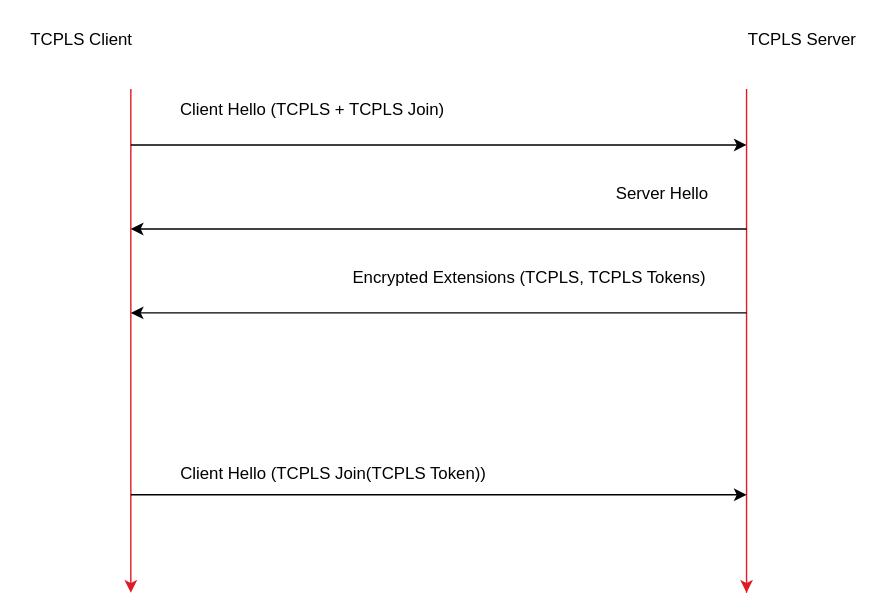
The draw.io diagram tcpls_hs.svg in helkoulak/gemini, before a commit. Source tidied: cells renumbered, new cells last; positions are measured from the earlier drawing's top-left corner, leaving out a move shared by most shapes. Its diagram source:
```xml
<mxGraphModel>
  <root>
    <mxCell id="0" />
    <mxCell id="1" parent="0" />
    <mxCell id="2" style="endArrow=classic;html=1;rounded=0;strokeColor=#e01b24;" parent="1" edge="1">
      <mxGeometry relative="1" as="geometry">
        <mxPoint x="90" y="60" as="sourcePoint" />
        <mxPoint x="90" y="420" as="targetPoint" />
      </mxGeometry>
    </mxCell>
    <mxCell id="3" style="endArrow=classic;html=1;rounded=0;strokeColor=#e01b24;" parent="1" edge="1">
      <mxGeometry relative="1" as="geometry">
        <mxPoint x="530" y="420" as="sourcePoint" />
        <mxPoint x="530" y="420" as="targetPoint" />
        <Array as="points">
          <mxPoint x="530" y="60" />
        </Array>
      </mxGeometry>
    </mxCell>
    <mxCell id="4" value="TCPLS Client" style="text;html=1;align=center;verticalAlign=middle;whiteSpace=wrap;rounded=0;" parent="1" vertex="1">
      <mxGeometry width="110" height="50" as="geometry" />
    </mxCell>
    <mxCell id="5" value="TCPLS Server" style="text;html=1;align=center;verticalAlign=middle;whiteSpace=wrap;rounded=0;" parent="1" vertex="1">
      <mxGeometry x="520" y="10" width="100" height="30" as="geometry" />
    </mxCell>
    <mxCell id="6" style="endArrow=classic;html=1;rounded=0;" parent="1" edge="1">
      <mxGeometry relative="1" as="geometry">
        <mxPoint x="90" y="100" as="sourcePoint" />
        <mxPoint x="530" y="100" as="targetPoint" />
        <Array as="points">
          <mxPoint x="170" y="100" />
        </Array>
      </mxGeometry>
    </mxCell>
    <mxCell id="7" value="Client Hello (TCPLS + TCPLS Join)" style="text;html=1;align=center;verticalAlign=middle;whiteSpace=wrap;rounded=0;" parent="1" vertex="1">
      <mxGeometry x="90" y="60" width="260" height="30" as="geometry" />
    </mxCell>
    <mxCell id="8" style="endArrow=classic;html=1;rounded=0;" parent="1" edge="1">
      <mxGeometry relative="1" as="geometry">
        <mxPoint x="530" y="220" as="sourcePoint" />
        <mxPoint x="90" y="220" as="targetPoint" />
      </mxGeometry>
    </mxCell>
    <mxCell id="9" value="Encrypted Extensions (TCPLS, TCPLS Tokens)" style="text;html=1;align=center;verticalAlign=middle;whiteSpace=wrap;rounded=0;" parent="1" vertex="1">
      <mxGeometry x="200" y="180" width="350" height="30" as="geometry" />
    </mxCell>
    <mxCell id="10" style="endArrow=classic;html=1;rounded=0;" parent="1" edge="1">
      <mxGeometry relative="1" as="geometry">
        <mxPoint x="530" y="160" as="sourcePoint" />
        <mxPoint x="90" y="160" as="targetPoint" />
        <Array as="points">
          <mxPoint x="330" y="160" />
        </Array>
      </mxGeometry>
    </mxCell>
    <mxCell id="11" value="Server Hello" style="text;html=1;align=center;verticalAlign=middle;whiteSpace=wrap;rounded=0;" parent="1" vertex="1">
      <mxGeometry x="395" y="120" width="150" height="30" as="geometry" />
    </mxCell>
    <mxCell id="12" style="endArrow=classic;html=1;rounded=0;" parent="1" edge="1">
      <mxGeometry relative="1" as="geometry">
        <mxPoint x="90" y="350" as="sourcePoint" />
        <mxPoint x="530" y="350" as="targetPoint" />
        <Array as="points">
          <mxPoint x="290" y="350" />
        </Array>
      </mxGeometry>
    </mxCell>
    <mxCell id="13" value="Client Hello (TCPLS Join(TCPLS Token))" style="text;html=1;align=center;verticalAlign=middle;whiteSpace=wrap;rounded=0;" parent="1" vertex="1">
      <mxGeometry x="100" y="320" width="270" height="30" as="geometry" />
    </mxCell>
  </root>
</mxGraphModel>
```
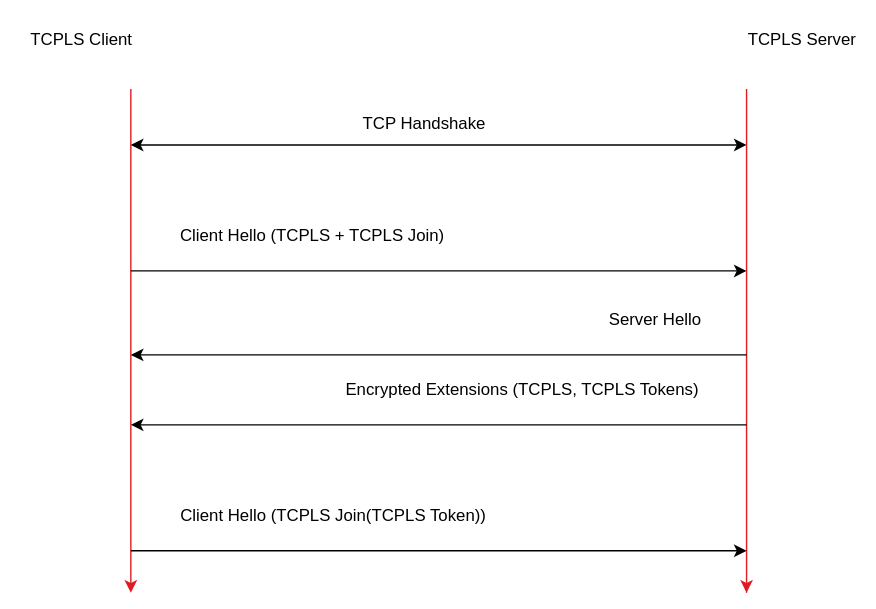
After the commit.

Diff of the diagram source:
```diff
@@ -25,48 +25,60 @@
     </mxCell>
     <mxCell id="6" style="endArrow=classic;html=1;rounded=0;" parent="1" edge="1">
       <mxGeometry relative="1" as="geometry">
-        <mxPoint x="90" y="100" as="sourcePoint" />
-        <mxPoint x="530" y="100" as="targetPoint" />
+        <mxPoint x="90" y="190" as="sourcePoint" />
+        <mxPoint x="530" y="190" as="targetPoint" />
         <Array as="points">
-          <mxPoint x="170" y="100" />
+          <mxPoint x="170" y="190" />
         </Array>
       </mxGeometry>
     </mxCell>
     <mxCell id="7" value="Client Hello (TCPLS + TCPLS Join)" style="text;html=1;align=center;verticalAlign=middle;whiteSpace=wrap;rounded=0;" parent="1" vertex="1">
-      <mxGeometry x="90" y="60" width="260" height="30" as="geometry" />
+      <mxGeometry x="90" y="150" width="260" height="30" as="geometry" />
     </mxCell>
     <mxCell id="8" style="endArrow=classic;html=1;rounded=0;" parent="1" edge="1">
       <mxGeometry relative="1" as="geometry">
-        <mxPoint x="530" y="220" as="sourcePoint" />
-        <mxPoint x="90" y="220" as="targetPoint" />
+        <mxPoint x="530" y="300" as="sourcePoint" />
+        <mxPoint x="90" y="300" as="targetPoint" />
       </mxGeometry>
     </mxCell>
     <mxCell id="9" value="Encrypted Extensions (TCPLS, TCPLS Tokens)" style="text;html=1;align=center;verticalAlign=middle;whiteSpace=wrap;rounded=0;" parent="1" vertex="1">
-      <mxGeometry x="200" y="180" width="350" height="30" as="geometry" />
+      <mxGeometry x="195" y="260" width="350" height="30" as="geometry" />
     </mxCell>
     <mxCell id="10" style="endArrow=classic;html=1;rounded=0;" parent="1" edge="1">
       <mxGeometry relative="1" as="geometry">
-        <mxPoint x="530" y="160" as="sourcePoint" />
-        <mxPoint x="90" y="160" as="targetPoint" />
+        <mxPoint x="530" y="250" as="sourcePoint" />
+        <mxPoint x="90" y="250" as="targetPoint" />
         <Array as="points">
-          <mxPoint x="330" y="160" />
+          <mxPoint x="330" y="250" />
         </Array>
       </mxGeometry>
     </mxCell>
     <mxCell id="11" value="Server Hello" style="text;html=1;align=center;verticalAlign=middle;whiteSpace=wrap;rounded=0;" parent="1" vertex="1">
-      <mxGeometry x="395" y="120" width="150" height="30" as="geometry" />
+      <mxGeometry x="390" y="210" width="150" height="30" as="geometry" />
     </mxCell>
     <mxCell id="12" style="endArrow=classic;html=1;rounded=0;" parent="1" edge="1">
       <mxGeometry relative="1" as="geometry">
-        <mxPoint x="90" y="350" as="sourcePoint" />
-        <mxPoint x="530" y="350" as="targetPoint" />
+        <mxPoint x="90" y="390" as="sourcePoint" />
+        <mxPoint x="530" y="390" as="targetPoint" />
         <Array as="points">
-          <mxPoint x="290" y="350" />
+          <mxPoint x="290" y="390" />
         </Array>
       </mxGeometry>
     </mxCell>
     <mxCell id="13" value="Client Hello (TCPLS Join(TCPLS Token))" style="text;html=1;align=center;verticalAlign=middle;whiteSpace=wrap;rounded=0;" parent="1" vertex="1">
-      <mxGeometry x="100" y="320" width="270" height="30" as="geometry" />
+      <mxGeometry x="100" y="350" width="270" height="30" as="geometry" />
     </mxCell>
+    <mxCell id="14" style="endArrow=classic;startArrow=classic;html=1;rounded=0;" parent="1" edge="1">
+      <mxGeometry relative="1" as="geometry">
+        <mxPoint x="90" y="100" as="sourcePoint" />
+        <mxPoint x="530" y="100" as="targetPoint" />
+        <Array as="points">
+          <mxPoint x="300" y="100" />
+        </Array>
+      </mxGeometry>
+    </mxCell>
+    <mxCell id="15" value="TCP Handshake" style="text;html=1;align=center;verticalAlign=middle;whiteSpace=wrap;rounded=0;" parent="1" vertex="1">
+      <mxGeometry x="240" y="70" width="120" height="30" as="geometry" />
+    </mxCell>
   </root>
 </mxGraphModel>
```
